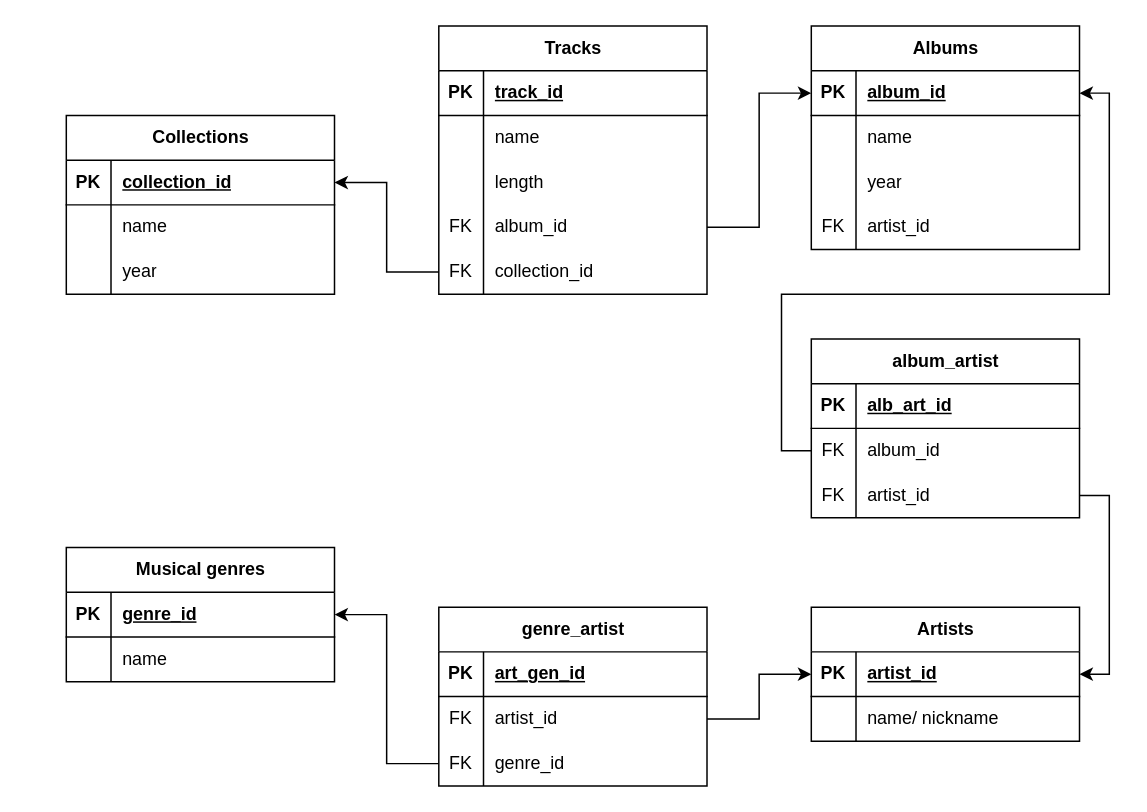
The draw.io diagram hw_2_database.drawio in antgusev/hw_db_task2, before the edit. Source tidied: cells renumbered, new cells numbered last; positions are measured from the earlier drawing's top-left corner, leaving out a move shared by most shapes. Both pictures are drawn from the tidied source at 149%, with x=0, y=0 at pixel (66, 25).
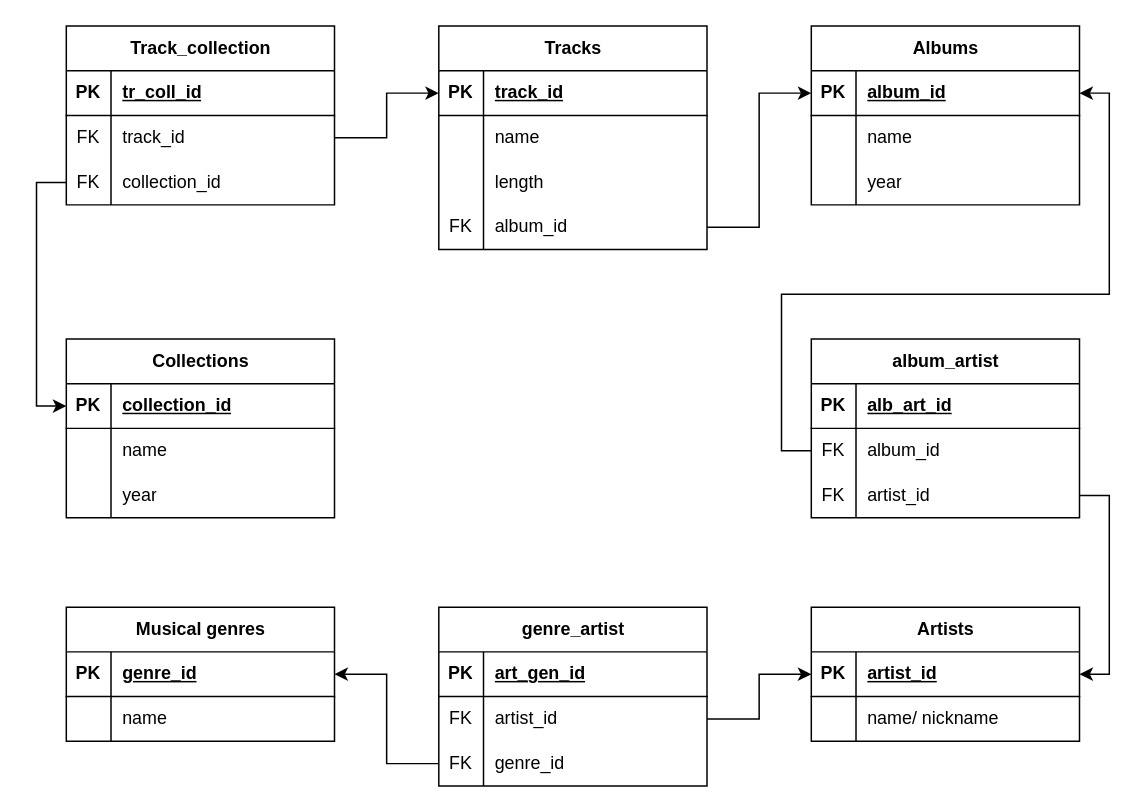
The same diagram, later.

Unchanged cells that the change refers to:
```xml
<mxCell id="3" style="shape=tableRow;horizontal=0;startSize=0;swimlaneHead=0;swimlaneBody=0;fillColor=none;points=[[0,0.5],[1,0.5]];portConstraint=eastwest;top=0;left=0;right=0;bottom=1;" parent="2" vertex="1">
  <mxGeometry y="30" width="180" height="30" as="geometry" />
</mxCell>
<mxCell id="48" style="shape=tableRow;horizontal=0;startSize=0;swimlaneHead=0;swimlaneBody=0;fillColor=none;points=[[0,0.5],[1,0.5]];portConstraint=eastwest;top=0;left=0;right=0;bottom=1;" parent="47" vertex="1">
  <mxGeometry y="30" width="180" height="30" as="geometry" />
</mxCell>
```

Diff of the diagram source:
```diff
@@
     <mxCell id="2" value="Tracks" style="shape=table;startSize=30;childLayout=tableLayout;rowLines=0;fontStyle=1;align=center;html=1;" parent="1" vertex="1">
-      <mxGeometry x="250" width="180" height="180" as="geometry" />
+      <mxGeometry x="250" width="180" height="150" as="geometry" />
     </mxCell>
@@
-    <mxCell id="15" style="shape=tableRow;horizontal=0;startSize=0;swimlaneHead=0;swimlaneBody=0;fillColor=none;points=[[0,0.5],[1,0.5]];portConstraint=eastwest;top=0;left=0;right=0;bottom=0;" parent="2" vertex="1">
-      <mxGeometry y="150" width="180" height="30" as="geometry" />
-    </mxCell>
-    <mxCell id="16" value="FK" style="shape=partialRectangle;fillColor=none;top=0;left=0;bottom=0;right=0;overflow=hidden;whiteSpace=wrap;html=1;" parent="15" vertex="1">
-      <mxGeometry width="30" height="30" as="geometry" />
-    </mxCell>
-    <mxCell id="17" value="collection_id" style="shape=partialRectangle;fillColor=none;top=0;left=0;bottom=0;right=0;align=left;spacingLeft=6;overflow=hidden;whiteSpace=wrap;html=1;" parent="15" vertex="1">
-      <mxGeometry x="30" width="150" height="30" as="geometry" />
-    </mxCell>
     <mxCell id="18" value="Albums" style="shape=table;startSize=30;childLayout=tableLayout;rowLines=0;fontStyle=1;align=center;html=1;" parent="1" vertex="1">
-      <mxGeometry x="500" width="180" height="150" as="geometry" />
+      <mxGeometry x="500" width="180" height="120" as="geometry" />
     </mxCell>
@@
-    <mxCell id="28" style="shape=tableRow;horizontal=0;startSize=0;swimlaneHead=0;swimlaneBody=0;fillColor=none;top=0;left=0;right=0;bottom=0;" parent="18" vertex="1">
-      <mxGeometry y="120" width="180" height="30" as="geometry" />
-    </mxCell>
-    <mxCell id="29" value="FK" style="shape=partialRectangle;fillColor=none;top=0;left=0;bottom=0;right=0;overflow=hidden;whiteSpace=wrap;html=1;" parent="28" vertex="1">
-      <mxGeometry width="30" height="30" as="geometry" />
-    </mxCell>
-    <mxCell id="30" value="artist_id" style="shape=partialRectangle;fillColor=none;top=0;left=0;bottom=0;right=0;align=left;spacingLeft=6;overflow=hidden;whiteSpace=wrap;html=1;" parent="28" vertex="1">
-      <mxGeometry x="30" width="150" height="30" as="geometry" />
-    </mxCell>
@@
     <mxCell id="38" value="Musical genres" style="shape=table;startSize=30;childLayout=tableLayout;rowLines=0;fontStyle=1;align=center;html=1;" parent="1" vertex="1">
-      <mxGeometry y="350" width="180" height="90" as="geometry" />
+      <mxGeometry y="390" width="180" height="90" as="geometry" />
     </mxCell>
@@
     <mxCell id="47" value="Collections" style="shape=table;startSize=30;childLayout=tableLayout;rowLines=0;fontStyle=1;align=center;html=1;" parent="1" vertex="1">
-      <mxGeometry y="60" width="180" height="120" as="geometry" />
+      <mxGeometry y="210" width="180" height="120" as="geometry" />
     </mxCell>
@@
-    <mxCell id="57" style="edgeStyle=orthogonalEdgeStyle;rounded=0;jettySize=auto;html=1;entryX=1;entryY=0.5;entryDx=0;entryDy=0;" parent="1" edge="1" source="15" target="48">
-      <mxGeometry relative="1" as="geometry" />
-    </mxCell>
@@
+    <mxCell id="81" value="Track_collection" style="shape=table;startSize=30;childLayout=tableLayout;rowLines=0;fontStyle=1;align=center;html=1;" parent="1" vertex="1">
+      <mxGeometry width="180" height="120" as="geometry" />
+    </mxCell>
+    <mxCell id="82" style="shape=tableRow;horizontal=0;startSize=0;swimlaneHead=0;swimlaneBody=0;fillColor=none;top=0;left=0;right=0;bottom=1;" parent="81" vertex="1">
+      <mxGeometry y="30" width="180" height="30" as="geometry" />
+    </mxCell>
+    <mxCell id="83" value="PK" style="shape=partialRectangle;fillColor=none;top=0;left=0;bottom=0;right=0;fontStyle=1;overflow=hidden;whiteSpace=wrap;html=1;" parent="82" vertex="1">
+      <mxGeometry width="30" height="30" as="geometry" />
+    </mxCell>
+    <mxCell id="84" value="tr_coll_id" style="shape=partialRectangle;fillColor=none;top=0;left=0;bottom=0;right=0;align=left;spacingLeft=6;fontStyle=5;overflow=hidden;whiteSpace=wrap;html=1;" parent="82" vertex="1">
+      <mxGeometry x="30" width="150" height="30" as="geometry" />
+    </mxCell>
+    <mxCell id="85" style="shape=tableRow;horizontal=0;startSize=0;swimlaneHead=0;swimlaneBody=0;fillColor=none;points=[[0,0.5],[1,0.5]];portConstraint=eastwest;top=0;left=0;right=0;bottom=0;" parent="81" vertex="1">
+      <mxGeometry y="60" width="180" height="30" as="geometry" />
+    </mxCell>
+    <mxCell id="86" value="FK" style="shape=partialRectangle;fillColor=none;top=0;left=0;bottom=0;right=0;overflow=hidden;whiteSpace=wrap;html=1;" parent="85" vertex="1">
+      <mxGeometry width="30" height="30" as="geometry" />
+    </mxCell>
+    <mxCell id="87" value="track_id" style="shape=partialRectangle;fillColor=none;top=0;left=0;bottom=0;right=0;align=left;spacingLeft=6;overflow=hidden;whiteSpace=wrap;html=1;" parent="85" vertex="1">
+      <mxGeometry x="30" width="150" height="30" as="geometry" />
+    </mxCell>
+    <mxCell id="88" style="shape=tableRow;horizontal=0;startSize=0;swimlaneHead=0;swimlaneBody=0;fillColor=none;points=[[0,0.5],[1,0.5]];portConstraint=eastwest;top=0;left=0;right=0;bottom=0;" parent="81" vertex="1">
+      <mxGeometry y="90" width="180" height="30" as="geometry" />
+    </mxCell>
+    <mxCell id="89" value="FK" style="shape=partialRectangle;fillColor=none;top=0;left=0;bottom=0;right=0;overflow=hidden;whiteSpace=wrap;html=1;" parent="88" vertex="1">
+      <mxGeometry width="30" height="30" as="geometry" />
+    </mxCell>
+    <mxCell id="17" value="collection_id" style="shape=partialRectangle;fillColor=none;top=0;left=0;bottom=0;right=0;align=left;spacingLeft=6;overflow=hidden;whiteSpace=wrap;html=1;" parent="88" vertex="1">
+      <mxGeometry x="30" width="150" height="30" as="geometry" />
+    </mxCell>
+    <mxCell id="90" style="edgeStyle=orthogonalEdgeStyle;rounded=0;jettySize=auto;html=1;entryX=0;entryY=0.5;entryDx=0;entryDy=0;" parent="1" edge="1" source="88" target="48">
+      <mxGeometry relative="1" as="geometry" />
+    </mxCell>
+    <mxCell id="91" style="edgeStyle=orthogonalEdgeStyle;rounded=0;jettySize=auto;html=1;entryX=0;entryY=0.5;entryDx=0;entryDy=0;exitX=1;exitY=0.5;exitDx=0;exitDy=0;" parent="1" edge="1" source="85" target="3">
+      <mxGeometry relative="1" as="geometry" />
+    </mxCell>
```
